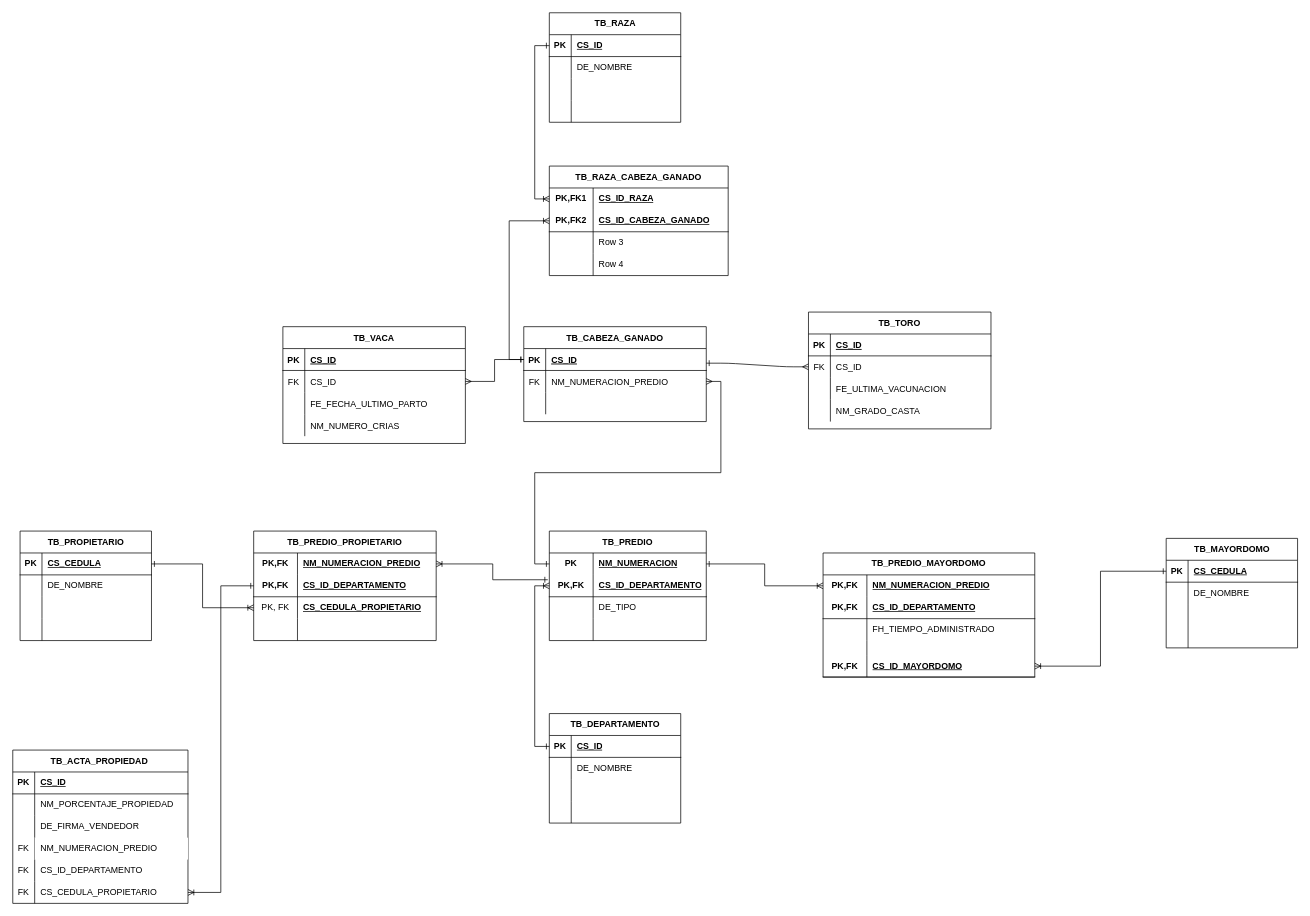
Above: page "ER" (1 of 2) of Caso15.drawio in JuanSeRestrepoNieto/Diagrams (draw.io), before the change. Source tidied: cells renumbered, new cells numbered last; positions are measured from the earlier drawing's top-left corner, leaving out a move shared by most shapes. Both pictures are drawn from the tidied source at 73%, with x=0, y=0 at pixel (12, 12).
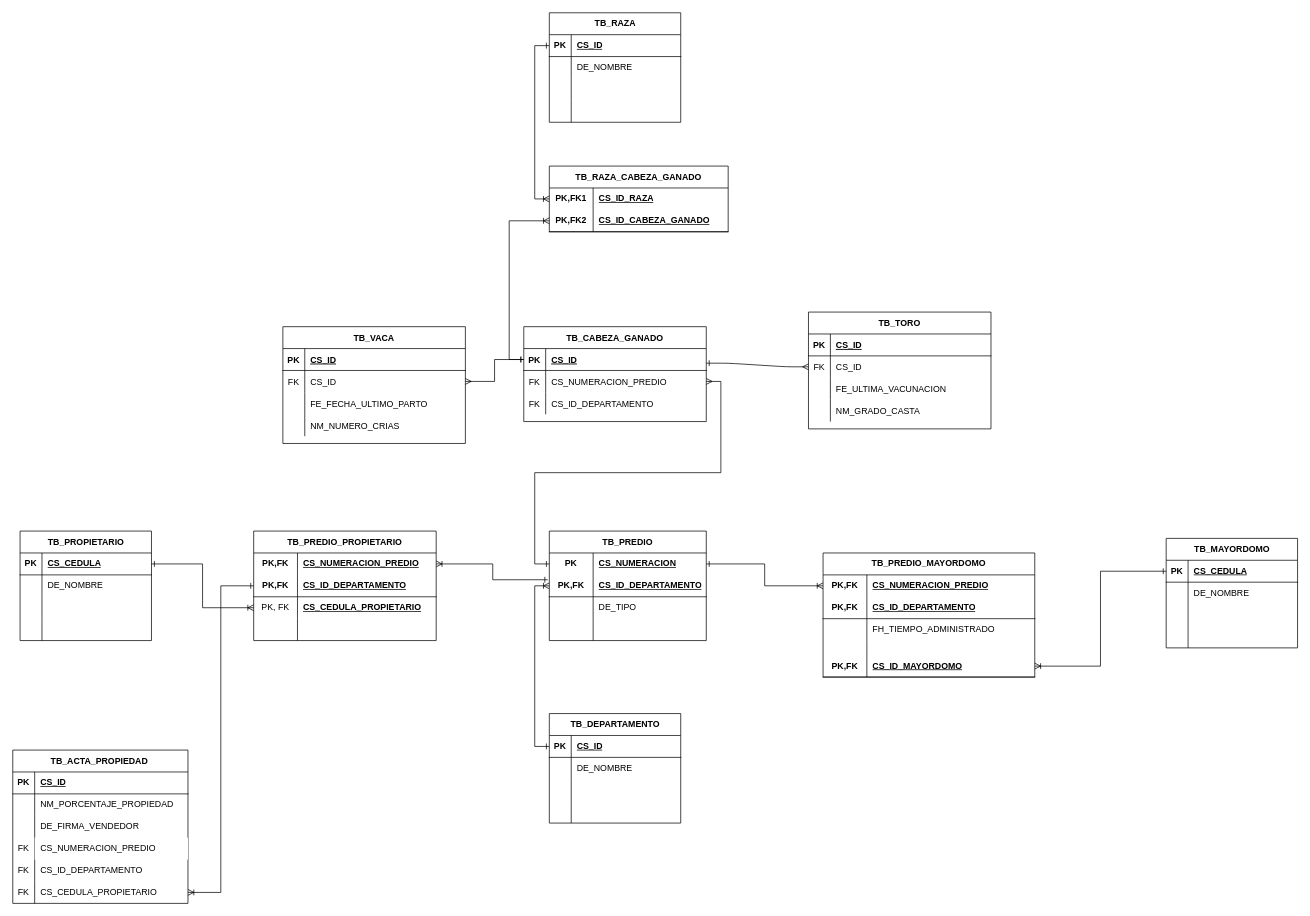
Above is the later version.

The change refers to these unchanged cells:
```xml
<mxCell id="7" style="shape=partialRectangle;fillColor=none;points=[[0,0.5],[1,0.5]];portConstraint=eastwest;top=0;left=0;right=0;bottom=0;" parent="3" vertex="1">
  <mxGeometry y="60" width="250" height="30" as="geometry" />
</mxCell>
<mxCell id="10" style="shape=partialRectangle;fillColor=none;top=0;left=0;right=0;bottom=0;" parent="3" vertex="1">
  <mxGeometry y="90" width="250" height="30" as="geometry" />
</mxCell>
<mxCell id="69" style="shape=tableRow;horizontal=0;startSize=0;swimlaneHead=0;swimlaneBody=0;fillColor=none;points=[[0,0.5],[1,0.5]];portConstraint=eastwest;top=0;left=0;right=0;bottom=0;html=1;" parent="68" vertex="1">
  <mxGeometry y="30" width="215" height="30" as="geometry" />
</mxCell>
<mxCell id="110" style="shape=tableRow;horizontal=0;startSize=0;swimlaneHead=0;swimlaneBody=0;fillColor=none;points=[[0,0.5],[1,0.5]];portConstraint=eastwest;top=0;left=0;right=0;bottom=0;html=1;" parent="109" vertex="1">
  <mxGeometry y="30" width="290" height="30" as="geometry" />
</mxCell>
<mxCell id="141" style="shape=tableRow;horizontal=0;startSize=0;swimlaneHead=0;swimlaneBody=0;fillColor=none;points=[[0,0.5],[1,0.5]];portConstraint=eastwest;top=0;left=0;right=0;bottom=0;html=1;" parent="140" vertex="1">
  <mxGeometry y="30" width="250" height="30" as="geometry" />
</mxCell>
<mxCell id="165" style="shape=tableRow;horizontal=0;startSize=0;swimlaneHead=0;swimlaneBody=0;fillColor=none;top=0;left=0;right=0;bottom=0;perimeterSpacing=1;" parent="155" vertex="1">
  <mxGeometry y="120" width="240" height="30" as="geometry" />
</mxCell>
```

Diff of the diagram source:
```diff
@@
-    <mxCell id="9" value="NM_NUMERACION_PREDIO" style="shape=partialRectangle;overflow=hidden;fillColor=none;top=0;left=0;bottom=0;right=0;align=left;spacingLeft=6;" parent="7" vertex="1">
+    <mxCell id="9" value="CS_NUMERACION_PREDIO" style="shape=partialRectangle;overflow=hidden;fillColor=none;top=0;left=0;bottom=0;right=0;align=left;spacingLeft=6;" parent="7" vertex="1">
       <mxGeometry x="30" width="220" height="30" as="geometry" />
     </mxCell>
@@
-    <mxCell id="11" style="shape=partialRectangle;overflow=hidden;fillColor=none;top=0;left=0;bottom=0;right=0;" parent="10" vertex="1">
+    <mxCell id="11" value="FK" style="shape=partialRectangle;overflow=hidden;fillColor=none;top=0;left=0;bottom=0;right=0;" parent="10" vertex="1">
       <mxGeometry width="30" height="30" as="geometry" />
     </mxCell>
-    <mxCell id="12" style="shape=partialRectangle;overflow=hidden;fillColor=none;top=0;left=0;bottom=0;right=0;align=left;spacingLeft=6;" parent="10" vertex="1">
+    <mxCell id="12" value="CS_ID_DEPARTAMENTO" style="shape=partialRectangle;overflow=hidden;fillColor=none;top=0;left=0;bottom=0;right=0;align=left;spacingLeft=6;" parent="10" vertex="1">
       <mxGeometry x="30" width="220" height="30" as="geometry" />
     </mxCell>
@@
     <mxCell id="53" value="TB_RAZA_CABEZA_GANADO" style="shape=table;startSize=30;childLayout=tableLayout;rowLines=0;fontStyle=1;align=center;html=1;whiteSpace=wrap;" parent="1" vertex="1">
-      <mxGeometry x="735" y="210" width="245" height="150" as="geometry" />
+      <mxGeometry x="735" y="210" width="245" height="90" as="geometry" />
     </mxCell>
@@
-    <mxCell id="60" style="shape=tableRow;horizontal=0;startSize=0;swimlaneHead=0;swimlaneBody=0;fillColor=none;top=0;left=0;right=0;bottom=0;html=1;" parent="53" vertex="1">
-      <mxGeometry y="90" width="245" height="30" as="geometry" />
-    </mxCell>
-    <mxCell id="61" style="shape=partialRectangle;fillColor=none;top=0;left=0;bottom=0;right=0;overflow=hidden;html=1;whiteSpace=wrap;" parent="60" vertex="1">
-      <mxGeometry width="60" height="30" as="geometry" />
-    </mxCell>
-    <mxCell id="62" value="Row 3" style="shape=partialRectangle;fillColor=none;top=0;left=0;bottom=0;right=0;align=left;spacingLeft=6;overflow=hidden;html=1;whiteSpace=wrap;" parent="60" vertex="1">
-      <mxGeometry x="60" width="185" height="30" as="geometry" />
-    </mxCell>
-    <mxCell id="63" style="shape=tableRow;horizontal=0;startSize=0;swimlaneHead=0;swimlaneBody=0;fillColor=none;top=0;left=0;right=0;bottom=0;html=1;" parent="53" vertex="1">
-      <mxGeometry y="120" width="245" height="30" as="geometry" />
-    </mxCell>
-    <mxCell id="64" style="shape=partialRectangle;fillColor=none;top=0;left=0;bottom=0;right=0;overflow=hidden;html=1;whiteSpace=wrap;" parent="63" vertex="1">
-      <mxGeometry width="60" height="30" as="geometry" />
-    </mxCell>
-    <mxCell id="65" value="Row 4" style="shape=partialRectangle;fillColor=none;top=0;left=0;bottom=0;right=0;align=left;spacingLeft=6;overflow=hidden;html=1;whiteSpace=wrap;" parent="63" vertex="1">
-      <mxGeometry x="60" width="185" height="30" as="geometry" />
-    </mxCell>
@@
-    <mxCell id="71" value="NM_NUMERACION" style="shape=partialRectangle;fillColor=none;top=0;left=0;bottom=0;right=0;align=left;spacingLeft=6;fontStyle=5;overflow=hidden;html=1;whiteSpace=wrap;" parent="69" vertex="1">
+    <mxCell id="71" value="CS_NUMERACION" style="shape=partialRectangle;fillColor=none;top=0;left=0;bottom=0;right=0;align=left;spacingLeft=6;fontStyle=5;overflow=hidden;html=1;whiteSpace=wrap;" parent="69" vertex="1">
       <mxGeometry x="60" width="155" height="30" as="geometry" />
     </mxCell>
@@
-    <mxCell id="112" value="NM_NUMERACION_PREDIO" style="shape=partialRectangle;fillColor=none;top=0;left=0;bottom=0;right=0;align=left;spacingLeft=6;fontStyle=5;overflow=hidden;html=1;whiteSpace=wrap;" parent="110" vertex="1">
+    <mxCell id="112" value="CS_NUMERACION_PREDIO" style="shape=partialRectangle;fillColor=none;top=0;left=0;bottom=0;right=0;align=left;spacingLeft=6;fontStyle=5;overflow=hidden;html=1;whiteSpace=wrap;" parent="110" vertex="1">
       <mxGeometry x="60" width="230" height="30" as="geometry" />
     </mxCell>
@@
-    <mxCell id="143" value="NM_NUMERACION_PREDIO" style="shape=partialRectangle;fillColor=none;top=0;left=0;bottom=0;right=0;align=left;spacingLeft=6;fontStyle=5;overflow=hidden;html=1;whiteSpace=wrap;" parent="141" vertex="1">
+    <mxCell id="143" value="CS_NUMERACION_PREDIO" style="shape=partialRectangle;fillColor=none;top=0;left=0;bottom=0;right=0;align=left;spacingLeft=6;fontStyle=5;overflow=hidden;html=1;whiteSpace=wrap;" parent="141" vertex="1">
       <mxGeometry x="60" width="190" height="30" as="geometry" />
     </mxCell>
@@
-    <mxCell id="167" value="NM_NUMERACION_PREDIO" style="shape=partialRectangle;top=0;left=0;bottom=0;right=0;align=left;spacingLeft=6;overflow=hidden;whiteSpace=wrap;html=1;" parent="165" vertex="1">
+    <mxCell id="167" value="CS_NUMERACION_PREDIO" style="shape=partialRectangle;top=0;left=0;bottom=0;right=0;align=left;spacingLeft=6;overflow=hidden;whiteSpace=wrap;html=1;" parent="165" vertex="1">
       <mxGeometry x="30" width="210" height="30" as="geometry" />
     </mxCell>
```
